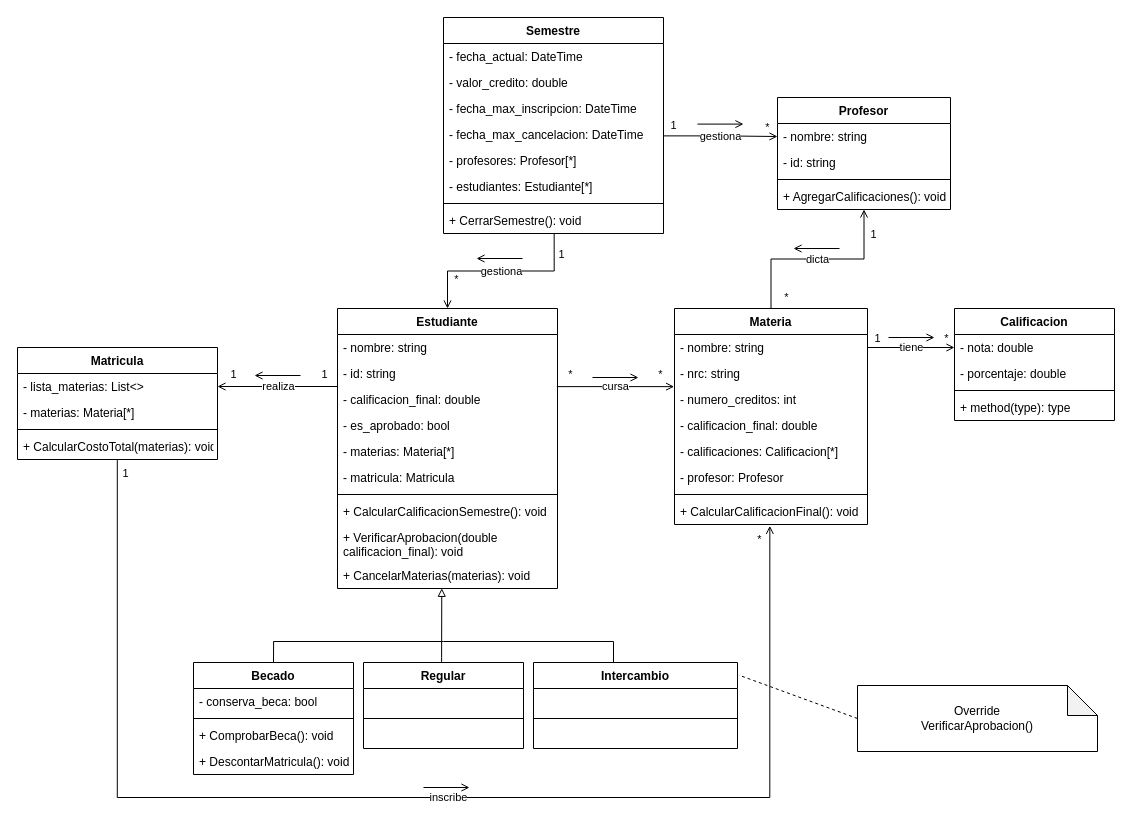
samuelperezh/sistema-universitario-poo keeps this draw.io diagram as Diagrama UML.drawio. Above is the earlier version. Source tidied: cells renumbered, new cells numbered last; positions are measured from the earlier drawing's top-left corner, leaving out a move shared by most shapes. Both pictures are drawn from the tidied source at 100%, with x=0, y=0 at pixel (17, 17).
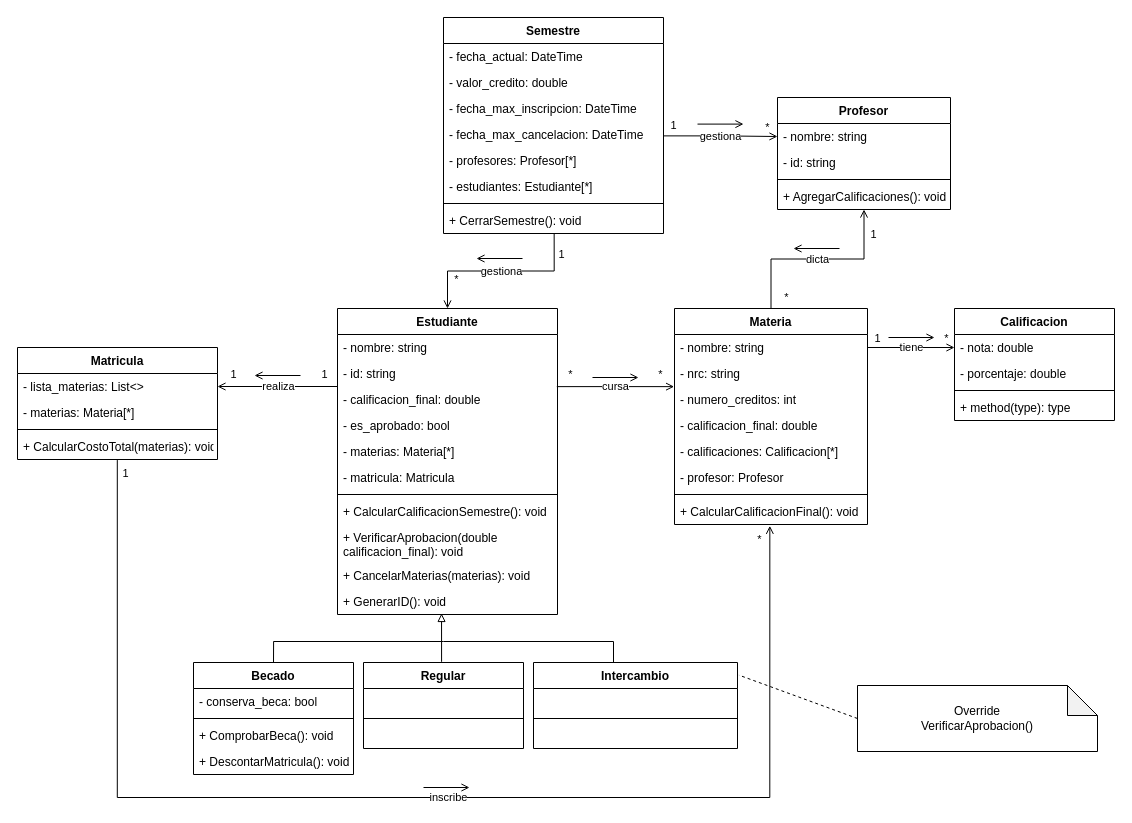
The same page after the edit.

Commit message:
Diagrama UML v1.2

Unchanged cells that the change refers to:
```xml
<mxCell id="61" value="Regular" style="swimlane;fontStyle=1;align=center;verticalAlign=top;horizontal=1;startSize=26;fillColor=none;" parent="1" vertex="1">
  <mxGeometry x="346" y="645" width="160" height="86" as="geometry" />
</mxCell>
```

The edit, as a diff of the source:
```diff
@@
     <mxCell id="5" value="Estudiante" style="swimlane;fontStyle=1;align=center;verticalAlign=top;horizontal=1;startSize=26;fillColor=none;" parent="1" vertex="1">
-      <mxGeometry x="320" y="291" width="220" height="280" as="geometry" />
+      <mxGeometry x="320" y="291" width="220" height="306" as="geometry" />
     </mxCell>
@@
+    <mxCell id="98" value="+ CancelarMaterias(materias): void" style="text;strokeColor=none;fillColor=none;align=left;verticalAlign=top;spacingLeft=4;spacingRight=4;overflow=hidden;" parent="5" vertex="1">
+      <mxGeometry y="254" width="220" height="26" as="geometry" />
+    </mxCell>
-    <mxCell id="15" value="+ CancelarMaterias(materias): void" style="text;strokeColor=none;fillColor=none;align=left;verticalAlign=top;spacingLeft=4;spacingRight=4;overflow=hidden;points=[[0,0.5],[1,0.5]];portConstraint=eastwest;" parent="5" vertex="1">
-      <mxGeometry y="254" width="220" height="26" as="geometry" />
+    <mxCell id="15" value="+ GenerarID(): void" style="text;strokeColor=none;fillColor=none;align=left;verticalAlign=top;spacingLeft=4;spacingRight=4;overflow=hidden;points=[[0,0.5],[1,0.5]];portConstraint=eastwest;" parent="5" vertex="1">
+      <mxGeometry y="280" width="220" height="26" as="geometry" />
     </mxCell>
@@
-    <mxCell id="60" style="edgeStyle=orthogonalEdgeStyle;rounded=0;jettySize=auto;html=1;entryX=0.474;entryY=0.993;entryDx=0;entryDy=0;endArrow=block;endFill=0;strokeWidth=1;entryPerimeter=0;exitX=0.488;exitY=-0.008;exitDx=0;exitDy=0;exitPerimeter=0;" parent="1" edge="1" source="61" target="15">
-      <mxGeometry relative="1" as="geometry">
-        <Array as="points">
-          <mxPoint x="424" y="640" />
-          <mxPoint x="424" y="640" />
-        </Array>
-      </mxGeometry>
+    <mxCell id="60" style="edgeStyle=orthogonalEdgeStyle;rounded=0;jettySize=auto;html=1;endArrow=block;endFill=0;strokeWidth=1;exitX=0.488;exitY=-0.008;exitDx=0;exitDy=0;exitPerimeter=0;entryX=0.473;entryY=0.96;entryDx=0;entryDy=0;entryPerimeter=0;" parent="1" edge="1" source="61" target="15">
+      <mxGeometry relative="1" as="geometry" />
     </mxCell>
```
